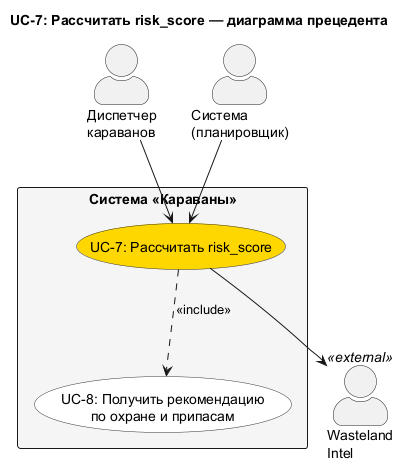
This is docs/diagrams/out/UC_7_Detail.png from granikartem/MPI, a PlantUML export, as it was before one commit. Source of this version:
```plantuml
@startuml UC_7_Detail
skinparam actorStyle awesome
skinparam usecaseBackgroundColor #White
skinparam usecaseBorderColor #333333
skinparam rectangleBackgroundColor #F5F5F5

title UC-7: Рассчитать risk_score — диаграмма прецедента

actor "Диспетчер\nкараванов" as Dispatcher
actor "Система\n(планировщик)" as Sys
actor "Wasteland\nIntel" as WI <<external>>

rectangle "Система «Караваны»" {
  usecase "UC-7: Рассчитать risk_score" as UC7 #Gold
  usecase "UC-8: Получить рекомендацию\nпо охране и припасам" as UC8
}

Dispatcher --> UC7
Sys --> UC7
UC7 --> WI

UC7 ..> UC8 : <<include>>

@enduml
```
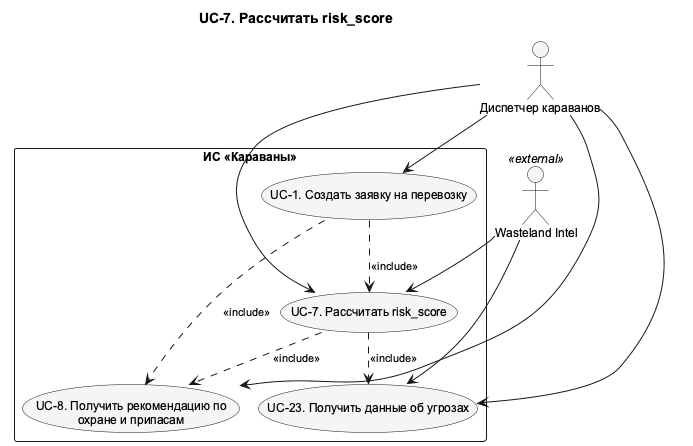
The same file after the commit.

What changed in the source:
```diff
@@ -1,24 +1,33 @@
 @startuml UC_7_Detail
-skinparam actorStyle awesome
-skinparam usecaseBackgroundColor #White
-skinparam usecaseBorderColor #333333
-skinparam rectangleBackgroundColor #F5F5F5
+!pragma layout smetana
+skinparam shadowing false
+skinparam defaultFontName Arial
+skinparam defaultFontSize 12
+skinparam backgroundColor white
+skinparam nodesep 75
+skinparam ranksep 100
+skinparam ArrowFontSize 11
+skinparam usecaseBackgroundColor #F5F5F5
+skinparam activityBackgroundColor #F5F5F5
+top to bottom direction
+title UC-7. Рассчитать risk_score
 
-title UC-7: Рассчитать risk_score — диаграмма прецедента
-
-actor "Диспетчер\nкараванов" as Dispatcher
-actor "Система\n(планировщик)" as Sys
-actor "Wasteland\nIntel" as WI <<external>>
-
-rectangle "Система «Караваны»" {
-  usecase "UC-7: Рассчитать risk_score" as UC7 #Gold
-  usecase "UC-8: Получить рекомендацию\nпо охране и припасам" as UC8
+actor "Диспетчер караванов" as Dispatcher
+actor "Wasteland Intel" as WI <<external>>
+rectangle "ИС «Караваны»" as SystemBoundary {
+  usecase "UC-1. Создать заявку на перевозку" as UC1
+  usecase "UC-7. Рассчитать risk_score" as UC7
+  usecase "UC-8. Получить рекомендацию по\nохране и припасам" as UC8
+  usecase "UC-23. Получить данные об угрозах" as UC23
 }
-
+UC1 ..> UC7 : <<include>>
+UC1 ..> UC8 : <<include>>
+UC7 ..> UC8 : <<include>>
+UC7 ..> UC23 : <<include>>
+Dispatcher --> UC1
 Dispatcher --> UC7
-Sys --> UC7
-UC7 --> WI
-
-UC7 ..> UC8 : <<include>>
-
+Dispatcher --> UC8
+Dispatcher --> UC23
+WI --> UC7
+WI --> UC23
 @enduml
```
